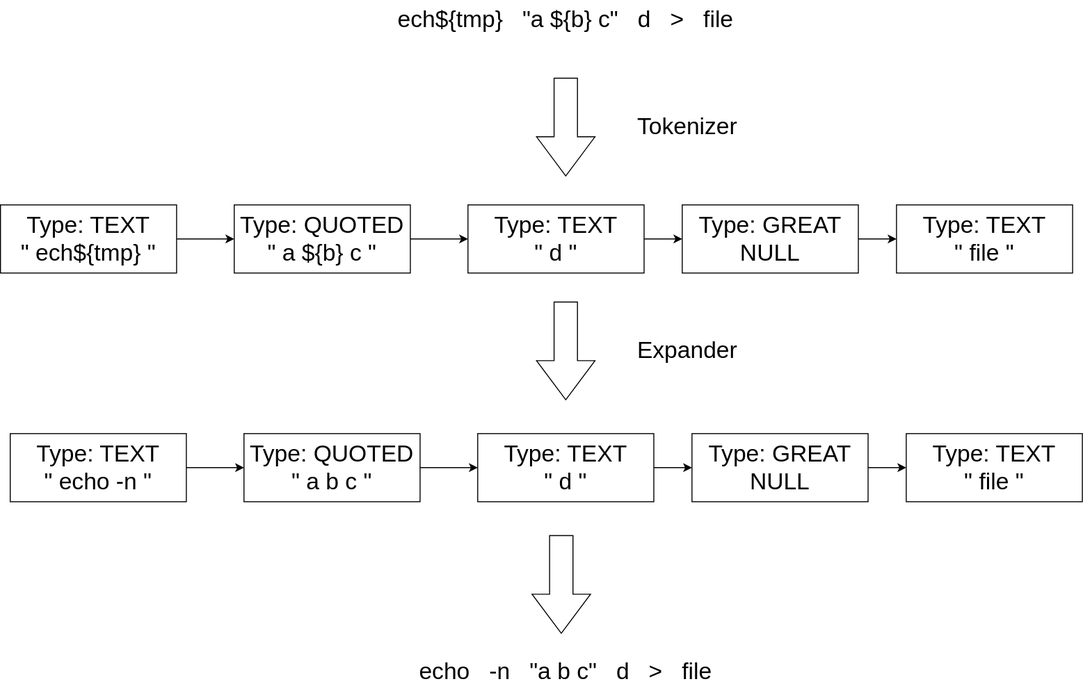
The draw.io diagram grap.drawio.svg in Thomas-Chqt/minishell, before a commit. Source tidied: cells renumbered, new cells last; positions are measured from the earlier drawing's top-left corner, leaving out a move shared by most shapes. Its diagram source:
```xml
<mxGraphModel>
  <root>
    <mxCell id="0" />
    <mxCell id="1" parent="0" />
    <mxCell id="2" value="&lt;font style=&quot;font-size: 24px;&quot;&gt;ech${tmp}&amp;nbsp; &amp;nbsp;&quot;a ${b} c&quot;&amp;nbsp; &amp;nbsp;d&amp;nbsp; &amp;nbsp;&amp;gt;&amp;nbsp; &amp;nbsp;file&lt;/font&gt;" style="text;html=1;align=center;verticalAlign=middle;strokeColor=none;fillColor=none;" parent="1" vertex="1">
      <mxGeometry x="395.4" width="370" height="40" as="geometry" />
    </mxCell>
    <mxCell id="3" style="edgeStyle=none;html=1;fontSize=24;" parent="1" edge="1" source="4" target="6">
      <mxGeometry relative="1" as="geometry" />
    </mxCell>
    <mxCell id="4" value="Type: TEXT&lt;br&gt;&quot;&lt;span style=&quot;&quot;&gt;ech${tmp}&lt;/span&gt;&quot;" style="whiteSpace=wrap;html=1;fontSize=24;" parent="1" vertex="1">
      <mxGeometry y="210" width="180.8" height="70" as="geometry" />
    </mxCell>
    <mxCell id="5" style="edgeStyle=none;html=1;fontSize=24;" parent="1" edge="1" source="6" target="8">
      <mxGeometry relative="1" as="geometry" />
    </mxCell>
    <mxCell id="6" value="Type: QUOTED&lt;br&gt;&quot;&lt;span style=&quot;&quot;&gt;a ${b} c&lt;/span&gt;&quot;" style="whiteSpace=wrap;html=1;fontSize=24;" parent="1" vertex="1">
      <mxGeometry x="240" y="210" width="180.8" height="70" as="geometry" />
    </mxCell>
    <mxCell id="7" style="edgeStyle=none;html=1;fontSize=24;" parent="1" edge="1" source="8" target="10">
      <mxGeometry relative="1" as="geometry" />
    </mxCell>
    <mxCell id="8" value="Type: TEXT&lt;br&gt;&quot;&lt;span style=&quot;&quot;&gt;d&lt;/span&gt;&quot;" style="whiteSpace=wrap;html=1;fontSize=24;" parent="1" vertex="1">
      <mxGeometry x="480" y="210" width="180.8" height="70" as="geometry" />
    </mxCell>
    <mxCell id="9" style="edgeStyle=none;html=1;fontSize=24;" parent="1" edge="1" source="10" target="11">
      <mxGeometry relative="1" as="geometry" />
    </mxCell>
    <mxCell id="10" value="Type: GREAT&lt;br&gt;NULL" style="whiteSpace=wrap;html=1;fontSize=24;" parent="1" vertex="1">
      <mxGeometry x="700" y="210" width="180.8" height="70" as="geometry" />
    </mxCell>
    <mxCell id="11" value="Type: TEXT&lt;br&gt;&quot;&lt;span style=&quot;&quot;&gt;file&lt;/span&gt;&quot;" style="whiteSpace=wrap;html=1;fontSize=24;" parent="1" vertex="1">
      <mxGeometry x="920" y="210" width="180.8" height="70" as="geometry" />
    </mxCell>
    <mxCell id="12" style="edgeStyle=none;html=1;fontSize=24;" parent="1" edge="1" source="13" target="15">
      <mxGeometry relative="1" as="geometry" />
    </mxCell>
    <mxCell id="13" value="Type: TEXT&lt;br&gt;&quot;&lt;span style=&quot;&quot;&gt;echo -n&lt;/span&gt;&quot;" style="whiteSpace=wrap;html=1;fontSize=24;" parent="1" vertex="1">
      <mxGeometry x="10" y="445" width="180.8" height="70" as="geometry" />
    </mxCell>
    <mxCell id="14" style="edgeStyle=none;html=1;fontSize=24;" parent="1" edge="1" source="15" target="17">
      <mxGeometry relative="1" as="geometry" />
    </mxCell>
    <mxCell id="15" value="Type: QUOTED&lt;br&gt;&quot;&lt;span style=&quot;&quot;&gt;a b c&lt;/span&gt;&quot;" style="whiteSpace=wrap;html=1;fontSize=24;" parent="1" vertex="1">
      <mxGeometry x="250" y="445" width="180.8" height="70" as="geometry" />
    </mxCell>
    <mxCell id="16" style="edgeStyle=none;html=1;fontSize=24;" parent="1" edge="1" source="17" target="19">
      <mxGeometry relative="1" as="geometry" />
    </mxCell>
    <mxCell id="17" value="Type: TEXT&lt;br&gt;&quot;&lt;span style=&quot;&quot;&gt;d&lt;/span&gt;&quot;" style="whiteSpace=wrap;html=1;fontSize=24;" parent="1" vertex="1">
      <mxGeometry x="490" y="445" width="180.8" height="70" as="geometry" />
    </mxCell>
    <mxCell id="18" style="edgeStyle=none;html=1;fontSize=24;" parent="1" edge="1" source="19" target="20">
      <mxGeometry relative="1" as="geometry" />
    </mxCell>
    <mxCell id="19" value="Type: GREAT&lt;br&gt;NULL" style="whiteSpace=wrap;html=1;fontSize=24;" parent="1" vertex="1">
      <mxGeometry x="710" y="445" width="180.8" height="70" as="geometry" />
    </mxCell>
    <mxCell id="20" value="Type: TEXT&lt;br&gt;&quot;&lt;span style=&quot;&quot;&gt;file&lt;/span&gt;&quot;" style="whiteSpace=wrap;html=1;fontSize=24;" parent="1" vertex="1">
      <mxGeometry x="930" y="445" width="180.8" height="70" as="geometry" />
    </mxCell>
    <mxCell id="21" style="shape=singleArrow;whiteSpace=wrap;html=1;arrowWidth=0.4;arrowSize=0.4;fontSize=24;rotation=90;" parent="1" vertex="1">
      <mxGeometry x="530.2" y="330" width="100.4" height="60" as="geometry" />
    </mxCell>
    <mxCell id="22" value="Expander" style="text;html=1;align=center;verticalAlign=middle;strokeColor=none;fillColor=none;fontSize=24;" parent="1" vertex="1">
      <mxGeometry x="640" y="340" width="130" height="40" as="geometry" />
    </mxCell>
    <mxCell id="23" style="shape=singleArrow;whiteSpace=wrap;html=1;arrowWidth=0.4;arrowSize=0.4;fontSize=24;rotation=90;" parent="1" vertex="1">
      <mxGeometry x="530.2" y="100" width="100.4" height="60" as="geometry" />
    </mxCell>
    <mxCell id="24" value="Tokenizer" style="text;html=1;align=center;verticalAlign=middle;strokeColor=none;fillColor=none;fontSize=24;" parent="1" vertex="1">
      <mxGeometry x="640" y="110" width="130" height="40" as="geometry" />
    </mxCell>
    <mxCell id="25" value="&lt;font style=&quot;font-size: 24px;&quot;&gt;echo&amp;nbsp; &amp;nbsp;-n&amp;nbsp; &amp;nbsp;&quot;a b c&quot;&amp;nbsp; &amp;nbsp;d&amp;nbsp; &amp;nbsp;&amp;gt;&amp;nbsp; &amp;nbsp;file&lt;/font&gt;" style="text;html=1;align=center;verticalAlign=middle;strokeColor=none;fillColor=none;" parent="1" vertex="1">
      <mxGeometry x="420.4" y="670" width="320" height="40" as="geometry" />
    </mxCell>
    <mxCell id="26" style="shape=singleArrow;whiteSpace=wrap;html=1;arrowWidth=0.4;arrowSize=0.4;fontSize=24;rotation=90;" parent="1" vertex="1">
      <mxGeometry x="525.6" y="570" width="100.4" height="60" as="geometry" />
    </mxCell>
  </root>
</mxGraphModel>
```
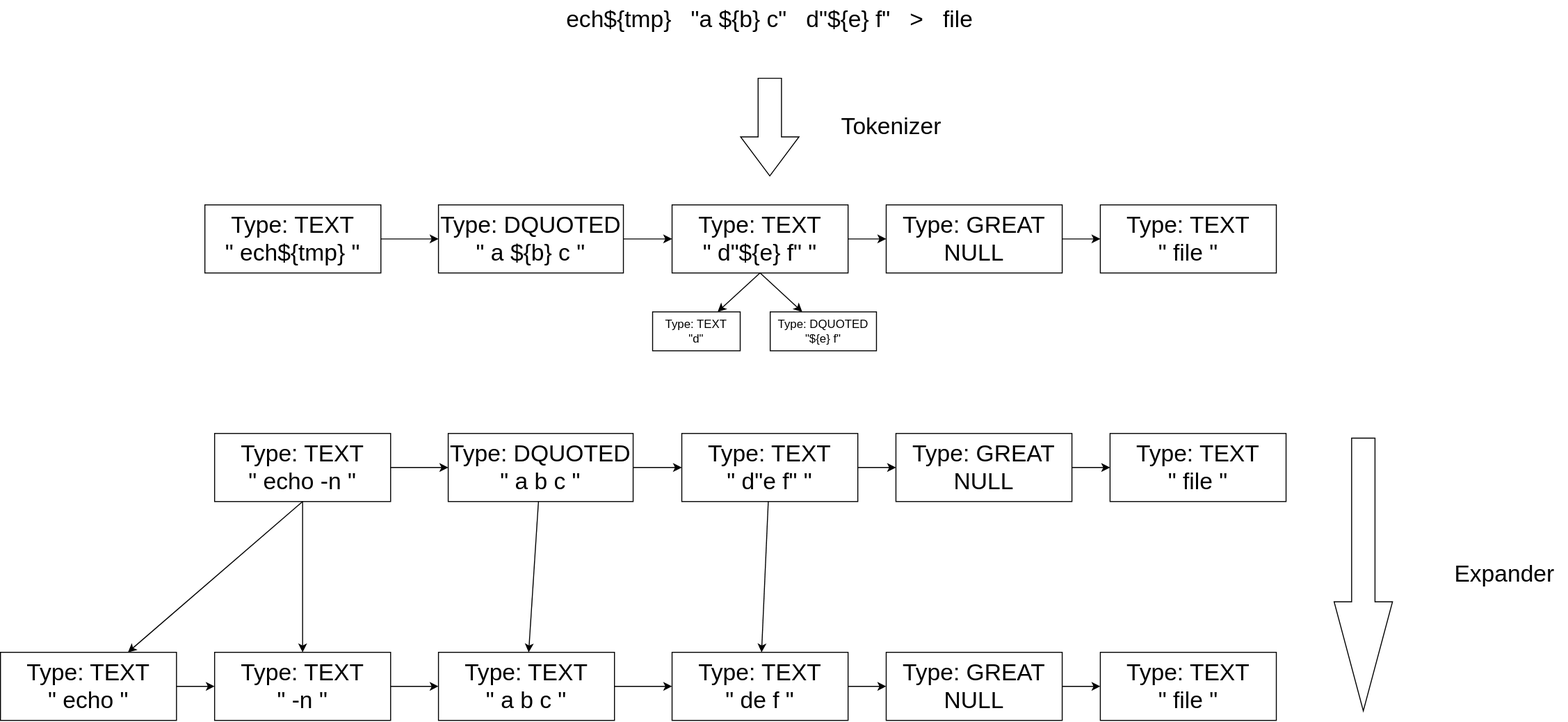
The same file after the commit.

What changed in the source:
```diff
@@ -2,8 +2,8 @@
   <root>
     <mxCell id="0" />
     <mxCell id="1" parent="0" />
-    <mxCell id="2" value="&lt;font style=&quot;font-size: 24px;&quot;&gt;ech${tmp}&amp;nbsp; &amp;nbsp;&quot;a ${b} c&quot;&amp;nbsp; &amp;nbsp;d&amp;nbsp; &amp;nbsp;&amp;gt;&amp;nbsp; &amp;nbsp;file&lt;/font&gt;" style="text;html=1;align=center;verticalAlign=middle;strokeColor=none;fillColor=none;" parent="1" vertex="1">
-      <mxGeometry x="395.4" width="370" height="40" as="geometry" />
+    <mxCell id="2" value="&lt;font style=&quot;font-size: 24px;&quot;&gt;ech${tmp}&amp;nbsp; &amp;nbsp;&quot;a ${b} c&quot;&amp;nbsp; &amp;nbsp;d&quot;${e} f&quot;&amp;nbsp; &amp;nbsp;&amp;gt;&amp;nbsp; &amp;nbsp;file&lt;/font&gt;" style="text;html=1;align=center;verticalAlign=middle;strokeColor=none;fillColor=none;" parent="1" vertex="1">
+      <mxGeometry x="360.4" width="440" height="40" as="geometry" />
     </mxCell>
     <mxCell id="3" style="edgeStyle=none;html=1;fontSize=24;" parent="1" edge="1" source="4" target="6">
       <mxGeometry relative="1" as="geometry" />
@@ -14,13 +14,19 @@
     <mxCell id="5" style="edgeStyle=none;html=1;fontSize=24;" parent="1" edge="1" source="6" target="8">
       <mxGeometry relative="1" as="geometry" />
     </mxCell>
-    <mxCell id="6" value="Type: QUOTED&lt;br&gt;&quot;&lt;span style=&quot;&quot;&gt;a ${b} c&lt;/span&gt;&quot;" style="whiteSpace=wrap;html=1;fontSize=24;" parent="1" vertex="1">
-      <mxGeometry x="240" y="210" width="180.8" height="70" as="geometry" />
+    <mxCell id="6" value="Type: DQUOTED&lt;br&gt;&quot;&lt;span style=&quot;&quot;&gt;a ${b} c&lt;/span&gt;&quot;" style="whiteSpace=wrap;html=1;fontSize=24;" parent="1" vertex="1">
+      <mxGeometry x="240" y="210" width="190" height="70" as="geometry" />
     </mxCell>
     <mxCell id="7" style="edgeStyle=none;html=1;fontSize=24;" parent="1" edge="1" source="8" target="10">
       <mxGeometry relative="1" as="geometry" />
     </mxCell>
+    <mxCell id="27" style="edgeStyle=none;html=1;exitX=0.5;exitY=1;exitDx=0;exitDy=0;" parent="1" edge="1" source="8" target="44">
+      <mxGeometry relative="1" as="geometry" />
+    </mxCell>
+    <mxCell id="28" style="edgeStyle=none;html=1;exitX=0.5;exitY=1;exitDx=0;exitDy=0;" parent="1" edge="1" source="8" target="45">
+      <mxGeometry relative="1" as="geometry" />
+    </mxCell>
-    <mxCell id="8" value="Type: TEXT&lt;br&gt;&quot;&lt;span style=&quot;&quot;&gt;d&lt;/span&gt;&quot;" style="whiteSpace=wrap;html=1;fontSize=24;" parent="1" vertex="1">
+    <mxCell id="8" value="Type: TEXT&lt;br&gt;&quot;&lt;span style=&quot;&quot;&gt;d&quot;${e} f&quot;&lt;/span&gt;&quot;" style="whiteSpace=wrap;html=1;fontSize=24;" parent="1" vertex="1">
       <mxGeometry x="480" y="210" width="180.8" height="70" as="geometry" />
     </mxCell>
     <mxCell id="9" style="edgeStyle=none;html=1;fontSize=24;" parent="1" edge="1" source="10" target="11">
@@ -35,19 +41,31 @@
     <mxCell id="12" style="edgeStyle=none;html=1;fontSize=24;" parent="1" edge="1" source="13" target="15">
       <mxGeometry relative="1" as="geometry" />
     </mxCell>
+    <mxCell id="29" style="edgeStyle=none;html=1;exitX=0.5;exitY=1;exitDx=0;exitDy=0;" parent="1" edge="1" source="13" target="34">
+      <mxGeometry relative="1" as="geometry" />
+    </mxCell>
+    <mxCell id="30" style="edgeStyle=none;html=1;exitX=0.5;exitY=1;exitDx=0;exitDy=0;" parent="1" edge="1" source="13" target="43">
+      <mxGeometry relative="1" as="geometry" />
+    </mxCell>
     <mxCell id="13" value="Type: TEXT&lt;br&gt;&quot;&lt;span style=&quot;&quot;&gt;echo -n&lt;/span&gt;&quot;" style="whiteSpace=wrap;html=1;fontSize=24;" parent="1" vertex="1">
       <mxGeometry x="10" y="445" width="180.8" height="70" as="geometry" />
     </mxCell>
     <mxCell id="14" style="edgeStyle=none;html=1;fontSize=24;" parent="1" edge="1" source="15" target="17">
       <mxGeometry relative="1" as="geometry" />
     </mxCell>
+    <mxCell id="31" style="edgeStyle=none;html=1;" parent="1" edge="1" source="15" target="36">
+      <mxGeometry relative="1" as="geometry" />
+    </mxCell>
-    <mxCell id="15" value="Type: QUOTED&lt;br&gt;&quot;&lt;span style=&quot;&quot;&gt;a b c&lt;/span&gt;&quot;" style="whiteSpace=wrap;html=1;fontSize=24;" parent="1" vertex="1">
-      <mxGeometry x="250" y="445" width="180.8" height="70" as="geometry" />
+    <mxCell id="15" value="Type: DQUOTED&lt;br&gt;&quot;&lt;span style=&quot;&quot;&gt;a b c&lt;/span&gt;&quot;" style="whiteSpace=wrap;html=1;fontSize=24;" parent="1" vertex="1">
+      <mxGeometry x="250" y="445" width="190" height="70" as="geometry" />
     </mxCell>
     <mxCell id="16" style="edgeStyle=none;html=1;fontSize=24;" parent="1" edge="1" source="17" target="19">
       <mxGeometry relative="1" as="geometry" />
     </mxCell>
+    <mxCell id="32" style="edgeStyle=none;html=1;" parent="1" edge="1" source="17" target="38">
+      <mxGeometry relative="1" as="geometry" />
+    </mxCell>
-    <mxCell id="17" value="Type: TEXT&lt;br&gt;&quot;&lt;span style=&quot;&quot;&gt;d&lt;/span&gt;&quot;" style="whiteSpace=wrap;html=1;fontSize=24;" parent="1" vertex="1">
+    <mxCell id="17" value="Type: TEXT&lt;br&gt;&quot;&lt;span style=&quot;&quot;&gt;d&quot;e f&quot;&lt;/span&gt;&quot;" style="whiteSpace=wrap;html=1;fontSize=24;" parent="1" vertex="1">
       <mxGeometry x="490" y="445" width="180.8" height="70" as="geometry" />
     </mxCell>
     <mxCell id="18" style="edgeStyle=none;html=1;fontSize=24;" parent="1" edge="1" source="19" target="20">
@@ -60,10 +78,10 @@
       <mxGeometry x="930" y="445" width="180.8" height="70" as="geometry" />
     </mxCell>
     <mxCell id="21" style="shape=singleArrow;whiteSpace=wrap;html=1;arrowWidth=0.4;arrowSize=0.4;fontSize=24;rotation=90;" parent="1" vertex="1">
-      <mxGeometry x="530.2" y="330" width="100.4" height="60" as="geometry" />
+      <mxGeometry x="1050" y="560" width="280.4" height="60" as="geometry" />
     </mxCell>
     <mxCell id="22" value="Expander" style="text;html=1;align=center;verticalAlign=middle;strokeColor=none;fillColor=none;fontSize=24;" parent="1" vertex="1">
-      <mxGeometry x="640" y="340" width="130" height="40" as="geometry" />
+      <mxGeometry x="1270" y="570" width="130" height="40" as="geometry" />
     </mxCell>
     <mxCell id="23" style="shape=singleArrow;whiteSpace=wrap;html=1;arrowWidth=0.4;arrowSize=0.4;fontSize=24;rotation=90;" parent="1" vertex="1">
       <mxGeometry x="530.2" y="100" width="100.4" height="60" as="geometry" />
@@ -71,11 +89,44 @@
     <mxCell id="24" value="Tokenizer" style="text;html=1;align=center;verticalAlign=middle;strokeColor=none;fillColor=none;fontSize=24;" parent="1" vertex="1">
       <mxGeometry x="640" y="110" width="130" height="40" as="geometry" />
     </mxCell>
-    <mxCell id="25" value="&lt;font style=&quot;font-size: 24px;&quot;&gt;echo&amp;nbsp; &amp;nbsp;-n&amp;nbsp; &amp;nbsp;&quot;a b c&quot;&amp;nbsp; &amp;nbsp;d&amp;nbsp; &amp;nbsp;&amp;gt;&amp;nbsp; &amp;nbsp;file&lt;/font&gt;" style="text;html=1;align=center;verticalAlign=middle;strokeColor=none;fillColor=none;" parent="1" vertex="1">
-      <mxGeometry x="420.4" y="670" width="320" height="40" as="geometry" />
-    </mxCell>
-    <mxCell id="26" style="shape=singleArrow;whiteSpace=wrap;html=1;arrowWidth=0.4;arrowSize=0.4;fontSize=24;rotation=90;" parent="1" vertex="1">
-      <mxGeometry x="525.6" y="570" width="100.4" height="60" as="geometry" />
-    </mxCell>
+    <mxCell id="33" style="edgeStyle=none;html=1;" parent="1" edge="1" source="34" target="43">
+      <mxGeometry relative="1" as="geometry" />
+    </mxCell>
+    <mxCell id="34" value="Type: TEXT&lt;br&gt;&quot;&lt;span style=&quot;&quot;&gt;echo&lt;/span&gt;&quot;" style="whiteSpace=wrap;html=1;fontSize=24;" parent="1" vertex="1">
+      <mxGeometry x="-210" y="670" width="180.8" height="70" as="geometry" />
+    </mxCell>
+    <mxCell id="35" style="edgeStyle=none;html=1;fontSize=24;" parent="1" edge="1" source="36" target="38">
+      <mxGeometry relative="1" as="geometry" />
+    </mxCell>
+    <mxCell id="36" value="Type: TEXT&lt;br&gt;&quot;&lt;span style=&quot;&quot;&gt;a b c&lt;/span&gt;&quot;" style="whiteSpace=wrap;html=1;fontSize=24;" parent="1" vertex="1">
+      <mxGeometry x="240" y="670" width="180.8" height="70" as="geometry" />
+    </mxCell>
+    <mxCell id="37" style="edgeStyle=none;html=1;fontSize=24;" parent="1" edge="1" source="38" target="40">
+      <mxGeometry relative="1" as="geometry" />
+    </mxCell>
+    <mxCell id="38" value="Type: TEXT&lt;br&gt;&quot;&lt;span style=&quot;&quot;&gt;de f&lt;/span&gt;&quot;" style="whiteSpace=wrap;html=1;fontSize=24;" parent="1" vertex="1">
+      <mxGeometry x="480" y="670" width="180.8" height="70" as="geometry" />
+    </mxCell>
+    <mxCell id="39" style="edgeStyle=none;html=1;fontSize=24;" parent="1" edge="1" source="40" target="41">
+      <mxGeometry relative="1" as="geometry" />
+    </mxCell>
+    <mxCell id="40" value="Type: GREAT&lt;br&gt;NULL" style="whiteSpace=wrap;html=1;fontSize=24;" parent="1" vertex="1">
+      <mxGeometry x="700" y="670" width="180.8" height="70" as="geometry" />
+    </mxCell>
+    <mxCell id="41" value="Type: TEXT&lt;br&gt;&quot;&lt;span style=&quot;&quot;&gt;file&lt;/span&gt;&quot;" style="whiteSpace=wrap;html=1;fontSize=24;" parent="1" vertex="1">
+      <mxGeometry x="920" y="670" width="180.8" height="70" as="geometry" />
+    </mxCell>
+    <mxCell id="42" style="edgeStyle=none;html=1;" parent="1" edge="1" source="43" target="36">
+      <mxGeometry relative="1" as="geometry" />
+    </mxCell>
+    <mxCell id="43" value="Type: TEXT&lt;br&gt;&quot;&lt;span style=&quot;&quot;&gt;-n&lt;/span&gt;&quot;" style="whiteSpace=wrap;html=1;fontSize=24;" parent="1" vertex="1">
+      <mxGeometry x="10" y="670" width="180.8" height="70" as="geometry" />
+    </mxCell>
+    <mxCell id="44" value="Type: TEXT&lt;br&gt;&quot;d&quot;" style="whiteSpace=wrap;html=1;" parent="1" vertex="1">
+      <mxGeometry x="460" y="320" width="90" height="40" as="geometry" />
+    </mxCell>
+    <mxCell id="45" value="Type: DQUOTED&lt;br&gt;&quot;${e} f&quot;" style="whiteSpace=wrap;html=1;" parent="1" vertex="1">
+      <mxGeometry x="580.8" y="320" width="109.2" height="40" as="geometry" />
+    </mxCell>
   </root>
 </mxGraphModel>
```
